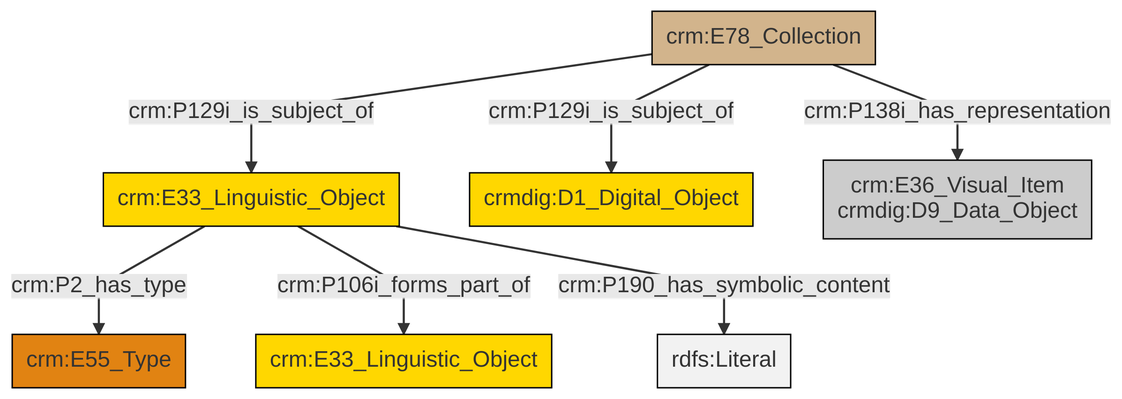
swiss-art-research-net/docs.swissartresearch keeps this Mermaid diagram as et/archivalCSV/ttl/mmd/png/archival_docs.png. Above is the earlier version. Its source is kept beside it as et/archivalCSV/ttl/mmd/archival_docs.ttl.mmd.
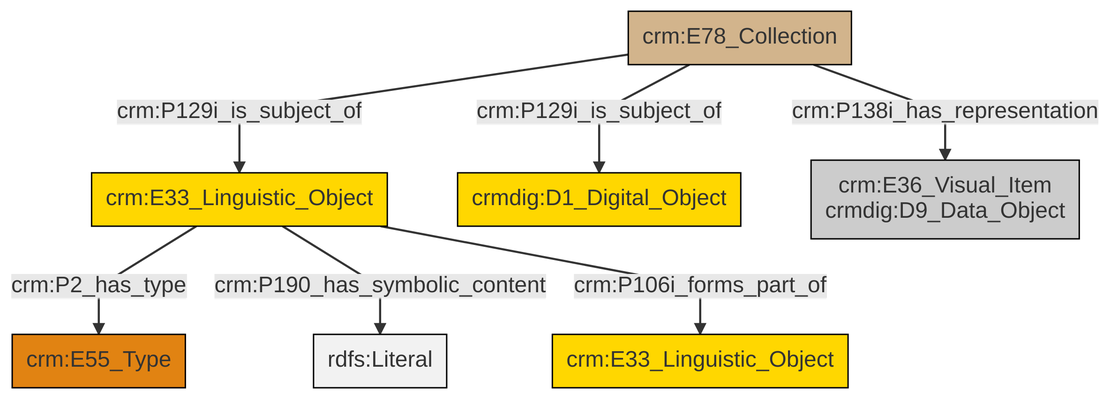
After the change.

What changed in the source:
```diff
@@ -13,9 +13,9 @@
 classDef PC_Classes fill:#4ce600, stroke:#000000;
 classDef Multi fill:#cccccc,stroke:#000000;
 
-0["crm:E33_Linguistic_Object"]:::Conceptual_Object -->|crm:P2_has_type| 1["crm:E55_Type"]:::Type
-6["crm:E78_Collection"]:::Physical_Thing -->|crm:P129i_is_subject_of| 0["crm:E33_Linguistic_Object"]:::Conceptual_Object
-0["crm:E33_Linguistic_Object"]:::Conceptual_Object -->|crm:P106i_forms_part_of| 10["crm:E33_Linguistic_Object"]:::Conceptual_Object
-0["crm:E33_Linguistic_Object"]:::Conceptual_Object -->|crm:P190_has_symbolic_content| 11[rdfs:Literal]:::Literal
-6["crm:E78_Collection"]:::Physical_Thing -->|crm:P138i_has_representation| 4["crm:E36_Visual_Item<br>crmdig:D9_Data_Object"]:::Multi
-6["crm:E78_Collection"]:::Physical_Thing -->|crm:P129i_is_subject_of| 2["crmdig:D1_Digital_Object"]:::Conceptual_Object
+0["crm:E78_Collection"]:::Physical_Thing -->|crm:P129i_is_subject_of| 1["crm:E33_Linguistic_Object"]:::Conceptual_Object
+1["crm:E33_Linguistic_Object"]:::Conceptual_Object -->|crm:P2_has_type| 6["crm:E55_Type"]:::Type
+1["crm:E33_Linguistic_Object"]:::Conceptual_Object -->|crm:P190_has_symbolic_content| 10[rdfs:Literal]:::Literal
+0["crm:E78_Collection"]:::Physical_Thing -->|crm:P129i_is_subject_of| 2["crmdig:D1_Digital_Object"]:::Conceptual_Object
+0["crm:E78_Collection"]:::Physical_Thing -->|crm:P138i_has_representation| 8["crm:E36_Visual_Item<br>crmdig:D9_Data_Object"]:::Multi
+1["crm:E33_Linguistic_Object"]:::Conceptual_Object -->|crm:P106i_forms_part_of| 4["crm:E33_Linguistic_Object"]:::Conceptual_Object
```
